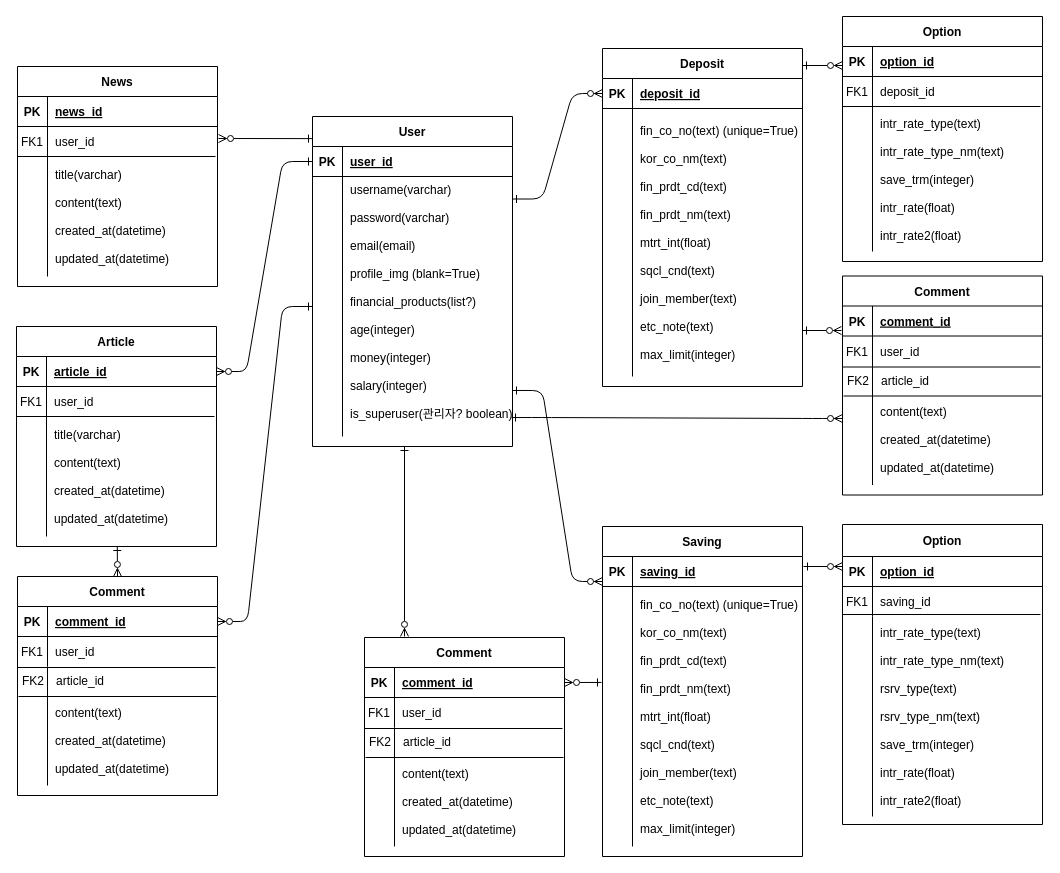
Above: 제목 없는 다이어그램.drawio in gawona/git_collaboration (draw.io), before the change. Source tidied: cells renumbered, new cells numbered last; positions are measured from the earlier drawing's top-left corner, leaving out a move shared by most shapes. Both pictures are drawn from the tidied source at 100%, with x=0, y=0 at pixel (16, 16).
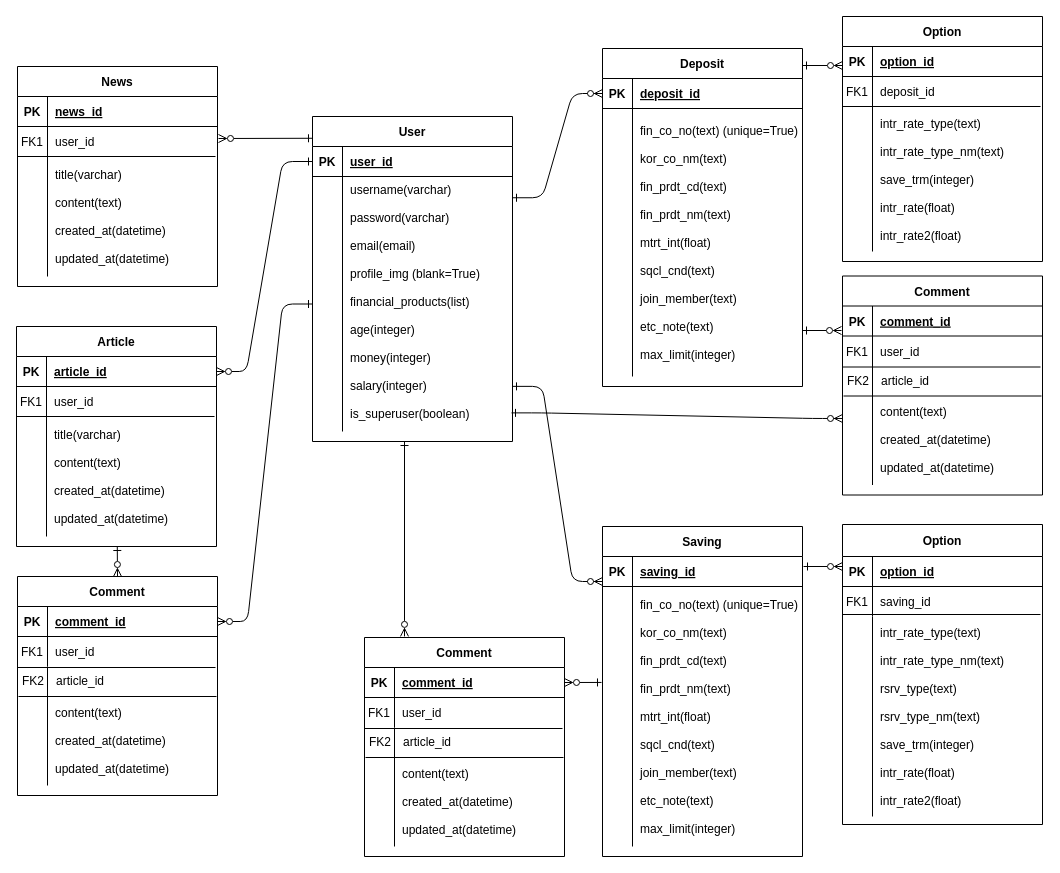
The same diagram, later.

The change refers to these unchanged cells:
```xml
<mxCell id="106" value="Comment" style="shape=table;startSize=30;childLayout=tableLayout;rowLines=0;fontStyle=1;align=center;" parent="1" vertex="1">
  <mxGeometry x="348" y="621" width="200" height="219" as="geometry" />
</mxCell>
```

Diff of the diagram source:
```diff
@@
     <mxCell id="19" value="User" style="shape=table;startSize=30;childLayout=tableLayout;rowLines=0;fontStyle=1;align=center;" parent="1" vertex="1">
-      <mxGeometry x="296" y="100" width="200" height="330" as="geometry" />
+      <mxGeometry x="296" y="100" width="200" height="325" as="geometry" />
     </mxCell>
@@
     <mxCell id="23" style="shape=partialRectangle;fillColor=none;points=[[0,0.5],[1,0.5]];portConstraint=eastwest;top=0;left=0;right=0;bottom=0;" parent="19" vertex="1">
-      <mxGeometry y="60" width="200" height="260" as="geometry" />
+      <mxGeometry y="60" width="200" height="255" as="geometry" />
     </mxCell>
     <mxCell id="24" style="shape=partialRectangle;overflow=hidden;fillColor=none;top=0;left=0;bottom=0;right=0;" parent="23" vertex="1">
-      <mxGeometry width="30" height="260" as="geometry" />
+      <mxGeometry width="30" height="255" as="geometry" />
     </mxCell>
-    <mxCell id="25" value="username(varchar)&#10;&#10;password(varchar)&#10;&#10;email(email)&#10;&#10;profile_img (blank=True)&#10;&#10;financial_products(list?)&#10;&#10;age(integer)&#10;&#10;money(integer)&#10;&#10;salary(integer)&#10;&#10;is_superuser(관리자? boolean)" style="shape=partialRectangle;overflow=hidden;fillColor=none;top=0;left=0;bottom=0;right=0;align=left;spacingLeft=6;verticalAlign=top;" parent="23" vertex="1">
-      <mxGeometry x="30" width="170" height="260" as="geometry" />
+    <mxCell id="25" value="username(varchar)&#10;&#10;password(varchar)&#10;&#10;email(email)&#10;&#10;profile_img (blank=True)&#10;&#10;financial_products(list)&#10;&#10;age(integer)&#10;&#10;money(integer)&#10;&#10;salary(integer)&#10;&#10;is_superuser(boolean)" style="shape=partialRectangle;overflow=hidden;fillColor=none;top=0;left=0;bottom=0;right=0;align=left;spacingLeft=6;verticalAlign=top;" parent="23" vertex="1">
+      <mxGeometry x="30" width="170" height="255" as="geometry" />
     </mxCell>
@@
-    <mxCell id="123" style="edgeStyle=none;rounded=0;jettySize=auto;html=1;fontFamily=Helvetica;fontSize=12;fontColor=default;elbow=vertical;entryX=0.2;entryY=-0.005;entryDx=0;entryDy=0;endArrow=ERzeroToMany;endFill=0;startArrow=ERone;startFill=0;exitX=0.5;exitY=1;exitDx=0;exitDy=0;entryPerimeter=0;" parent="1" edge="1" target="106">
+    <mxCell id="123" style="edgeStyle=none;rounded=0;jettySize=auto;html=1;fontFamily=Helvetica;fontSize=12;fontColor=default;elbow=vertical;entryX=0.2;entryY=-0.005;entryDx=0;entryDy=0;endArrow=ERzeroToMany;endFill=0;startArrow=ERone;startFill=0;entryPerimeter=0;" parent="1" edge="1" target="106">
       <mxGeometry relative="1" as="geometry">
-        <mxPoint x="388" y="430" as="sourcePoint" />
+        <mxPoint x="388" y="425" as="sourcePoint" />
       </mxGeometry>
     </mxCell>
```
